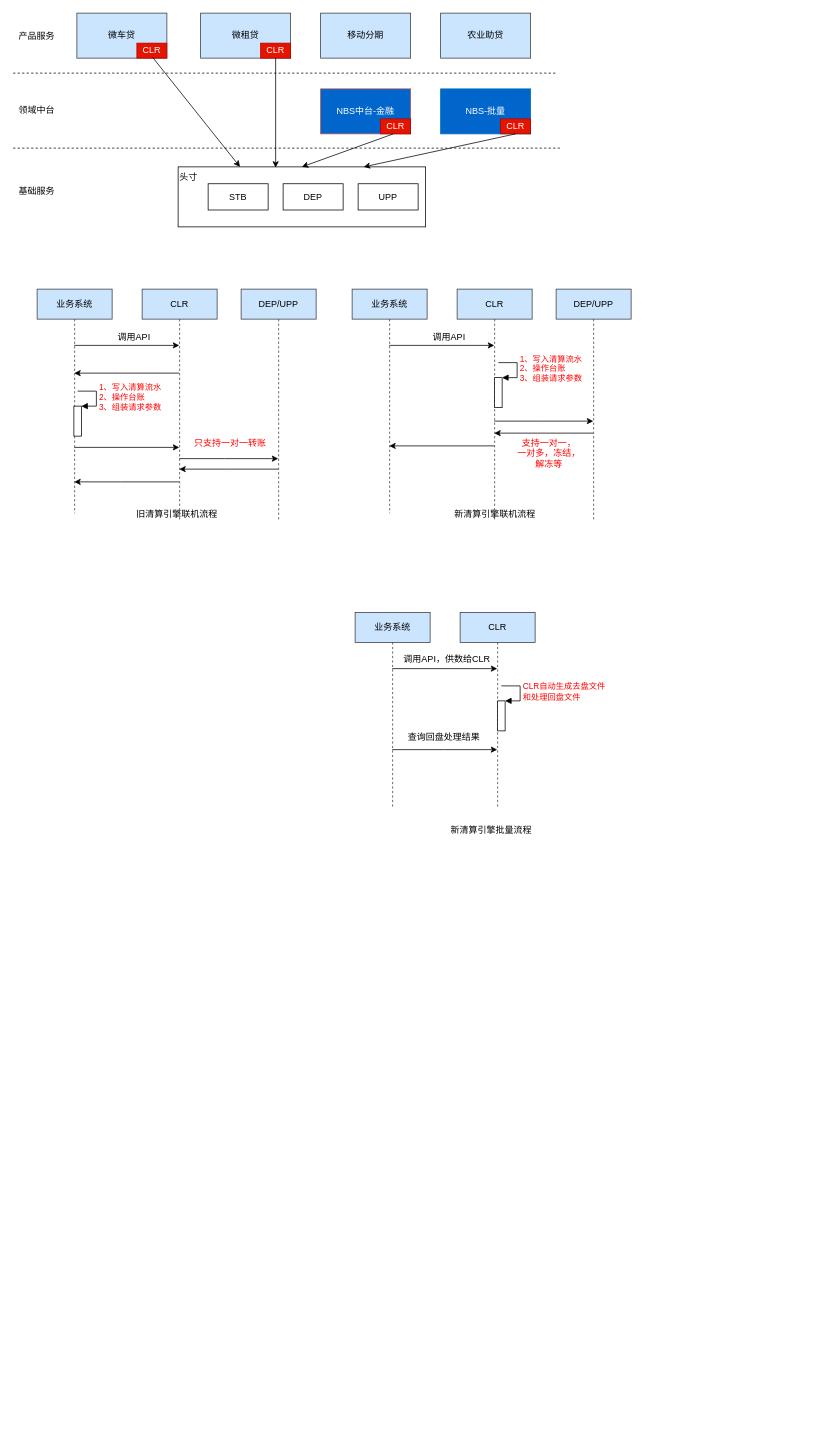
This is 新清算引擎整体定位图.drawio from staconfree/design, a draw.io file, before an edit. Source tidied: cells renumbered, new cells numbered last; positions are measured from the earlier drawing's top-left corner, leaving out a move shared by most shapes. Both pictures are drawn from the tidied source at 75%, with x=0, y=0 at pixel (13, 13).
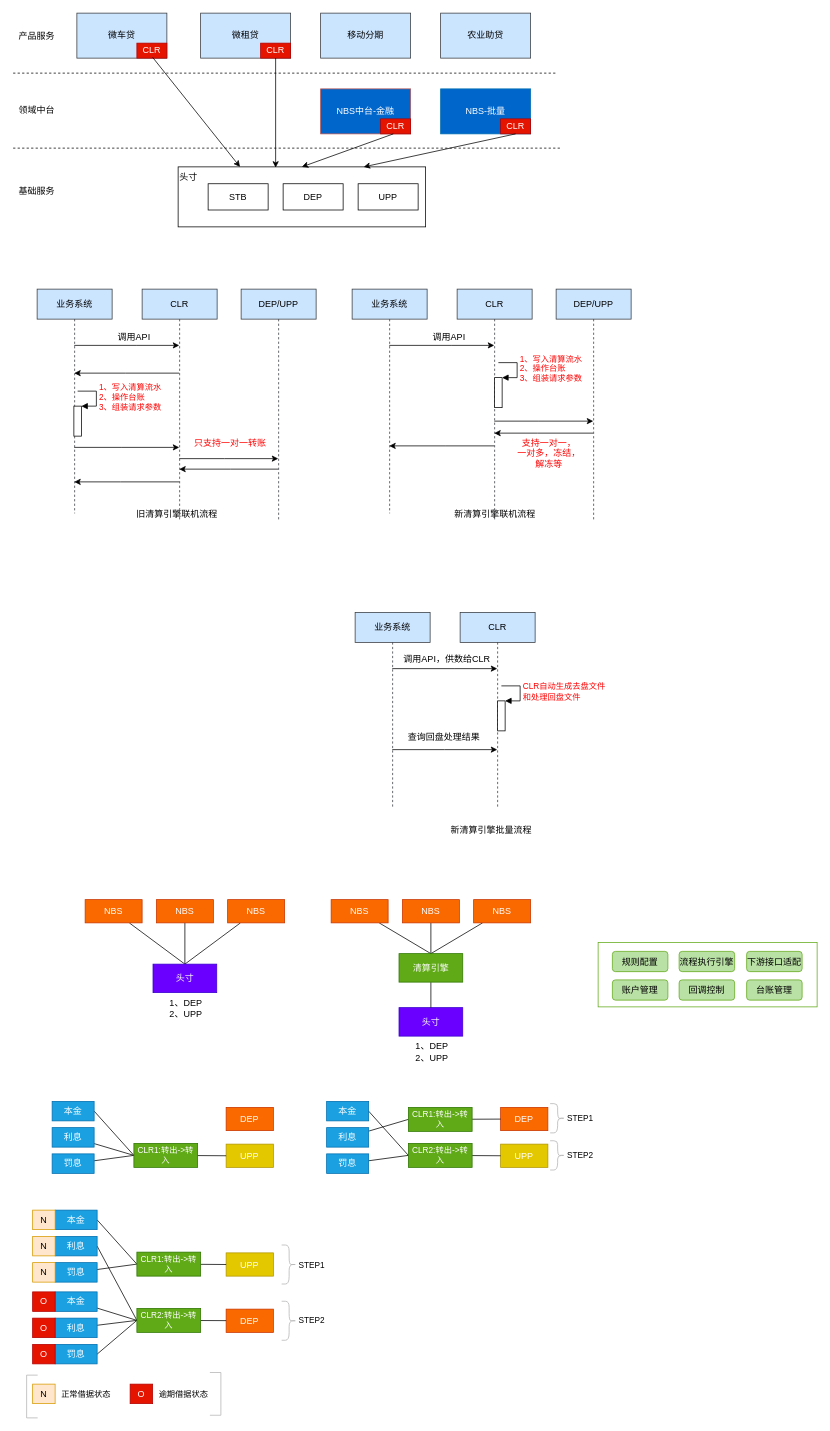
Above is the later version.

Commit message:
更新新清算引擎整体定位图.drawio

The edit, as a diff of the source:
```diff
@@
+    <mxCell id="60" style="rounded=0;jettySize=auto;html=1;entryX=0.5;entryY=0;entryDx=0;entryDy=0;endArrow=none;endFill=0;" parent="1" edge="1" source="61" target="66">
+      <mxGeometry relative="1" as="geometry" />
+    </mxCell>
+    <mxCell id="61" value="NBS" style="rounded=0;whiteSpace=wrap;html=1;fillColor=#fa6800;strokeColor=#C73500;fontColor=#ffffff;" parent="1" vertex="1">
+      <mxGeometry x="96" y="1182" width="76" height="31" as="geometry" />
+    </mxCell>
+    <mxCell id="62" style="edgeStyle=none;rounded=0;jettySize=auto;html=1;entryX=0.5;entryY=0;entryDx=0;entryDy=0;endArrow=none;endFill=0;" parent="1" edge="1" source="63" target="66">
+      <mxGeometry relative="1" as="geometry" />
+    </mxCell>
+    <mxCell id="63" value="NBS" style="rounded=0;whiteSpace=wrap;html=1;fillColor=#fa6800;strokeColor=#C73500;fontColor=#ffffff;" parent="1" vertex="1">
+      <mxGeometry x="191" y="1182" width="76" height="31" as="geometry" />
+    </mxCell>
+    <mxCell id="64" style="edgeStyle=none;rounded=0;jettySize=auto;html=1;entryX=0.5;entryY=0;entryDx=0;entryDy=0;endArrow=none;endFill=0;" parent="1" edge="1" source="65" target="66">
+      <mxGeometry relative="1" as="geometry" />
+    </mxCell>
+    <mxCell id="65" value="NBS" style="rounded=0;whiteSpace=wrap;html=1;fillColor=#fa6800;strokeColor=#C73500;fontColor=#ffffff;" parent="1" vertex="1">
+      <mxGeometry x="286" y="1182" width="76" height="31" as="geometry" />
+    </mxCell>
+    <mxCell id="66" value="头寸" style="rounded=0;whiteSpace=wrap;html=1;align=center;verticalAlign=middle;fillColor=#6a00ff;strokeColor=#3700CC;fontColor=#ffffff;" parent="1" vertex="1">
+      <mxGeometry x="186.5" y="1268" width="85" height="38" as="geometry" />
+    </mxCell>
+    <mxCell id="67" value="1、DEP&lt;br&gt;2、UPP" style="text;html=1;align=center;verticalAlign=middle;" parent="1" vertex="1">
+      <mxGeometry x="203" y="1311" width="54" height="32" as="geometry" />
+    </mxCell>
+    <mxCell id="68" style="edgeStyle=none;rounded=0;jettySize=auto;html=1;endArrow=none;endFill=0;entryX=0.5;entryY=0;entryDx=0;entryDy=0;" parent="1" edge="1" source="69" target="77">
+      <mxGeometry relative="1" as="geometry" />
+    </mxCell>
+    <mxCell id="69" value="NBS" style="rounded=0;whiteSpace=wrap;html=1;fillColor=#fa6800;strokeColor=#C73500;fontColor=#ffffff;" parent="1" vertex="1">
+      <mxGeometry x="424" y="1182" width="76" height="31" as="geometry" />
+    </mxCell>
+    <mxCell id="70" style="edgeStyle=none;rounded=0;jettySize=auto;html=1;entryX=0.5;entryY=0;entryDx=0;entryDy=0;endArrow=none;endFill=0;" parent="1" edge="1" source="71" target="77">
+      <mxGeometry relative="1" as="geometry" />
+    </mxCell>
+    <mxCell id="71" value="NBS" style="rounded=0;whiteSpace=wrap;html=1;fillColor=#fa6800;strokeColor=#C73500;fontColor=#ffffff;" parent="1" vertex="1">
+      <mxGeometry x="519" y="1182" width="76" height="31" as="geometry" />
+    </mxCell>
+    <mxCell id="72" style="edgeStyle=none;rounded=0;jettySize=auto;html=1;entryX=0.5;entryY=0;entryDx=0;entryDy=0;endArrow=none;endFill=0;" parent="1" edge="1" source="73" target="77">
+      <mxGeometry relative="1" as="geometry" />
+    </mxCell>
+    <mxCell id="73" value="NBS" style="rounded=0;whiteSpace=wrap;html=1;fillColor=#fa6800;strokeColor=#C73500;fontColor=#ffffff;" parent="1" vertex="1">
+      <mxGeometry x="614" y="1182" width="76" height="31" as="geometry" />
+    </mxCell>
+    <mxCell id="74" value="头寸" style="rounded=0;whiteSpace=wrap;html=1;align=center;verticalAlign=middle;fillColor=#6a00ff;strokeColor=#3700CC;fontColor=#ffffff;" parent="1" vertex="1">
+      <mxGeometry x="514.5" y="1326" width="85" height="38" as="geometry" />
+    </mxCell>
+    <mxCell id="75" value="1、DEP&lt;br&gt;2、UPP" style="text;html=1;align=center;verticalAlign=middle;" parent="1" vertex="1">
+      <mxGeometry x="531" y="1369" width="54" height="32" as="geometry" />
+    </mxCell>
+    <mxCell id="76" style="edgeStyle=none;rounded=0;jettySize=auto;html=1;entryX=0.5;entryY=0;entryDx=0;entryDy=0;endArrow=none;endFill=0;" parent="1" edge="1" source="77" target="74">
+      <mxGeometry relative="1" as="geometry" />
+    </mxCell>
+    <mxCell id="77" value="清算引擎" style="rounded=0;whiteSpace=wrap;html=1;align=center;verticalAlign=middle;fillColor=#60a917;strokeColor=#2D7600;fontColor=#ffffff;" parent="1" vertex="1">
+      <mxGeometry x="514.5" y="1254" width="85" height="38" as="geometry" />
+    </mxCell>
+    <mxCell id="78" style="edgeStyle=none;rounded=0;jettySize=auto;html=1;entryX=0;entryY=0.5;entryDx=0;entryDy=0;endArrow=none;endFill=0;fontSize=11;fontColor=#FFFFFF;exitX=1;exitY=0.5;exitDx=0;exitDy=0;" parent="1" edge="1" source="79" target="94">
+      <mxGeometry relative="1" as="geometry" />
+    </mxCell>
+    <mxCell id="79" value="本金" style="rounded=0;whiteSpace=wrap;html=1;align=center;fillColor=#1ba1e2;strokeColor=#006EAF;fontColor=#ffffff;" parent="1" vertex="1">
+      <mxGeometry x="52" y="1451" width="56" height="26" as="geometry" />
+    </mxCell>
+    <mxCell id="80" style="edgeStyle=none;rounded=0;jettySize=auto;html=1;entryX=0;entryY=0.5;entryDx=0;entryDy=0;endArrow=none;endFill=0;fontSize=11;fontColor=#FFFFFF;" parent="1" edge="1" source="81" target="94">
+      <mxGeometry relative="1" as="geometry" />
+    </mxCell>
+    <mxCell id="81" value="&lt;div&gt;利息&lt;br&gt;&lt;/div&gt;" style="rounded=0;whiteSpace=wrap;html=1;align=center;fillColor=#1ba1e2;strokeColor=#006EAF;fontColor=#ffffff;" parent="1" vertex="1">
+      <mxGeometry x="52" y="1486" width="56" height="26" as="geometry" />
+    </mxCell>
+    <mxCell id="82" style="edgeStyle=none;rounded=0;jettySize=auto;html=1;entryX=0;entryY=0.5;entryDx=0;entryDy=0;endArrow=none;endFill=0;fontSize=11;fontColor=#FFFFFF;" parent="1" edge="1" source="83" target="94">
+      <mxGeometry relative="1" as="geometry" />
+    </mxCell>
+    <mxCell id="83" value="罚息" style="rounded=0;whiteSpace=wrap;html=1;align=center;fillColor=#1ba1e2;strokeColor=#006EAF;fontColor=#ffffff;" parent="1" vertex="1">
+      <mxGeometry x="52" y="1521" width="56" height="26" as="geometry" />
+    </mxCell>
+    <mxCell id="84" style="rounded=0;whiteSpace=wrap;html=1;align=center;strokeColor=#60A917;" parent="1" vertex="1">
+      <mxGeometry x="780" y="1239" width="292" height="86" as="geometry" />
+    </mxCell>
+    <mxCell id="85" value="流程执行引擎" style="rounded=1;whiteSpace=wrap;html=1;strokeColor=#60A917;align=center;fillColor=#B9E0A5;" parent="1" vertex="1">
+      <mxGeometry x="888" y="1251" width="74" height="27" as="geometry" />
+    </mxCell>
+    <mxCell id="86" value="下游接口适配" style="rounded=1;whiteSpace=wrap;html=1;strokeColor=#60A917;align=center;fillColor=#B9E0A5;" parent="1" vertex="1">
+      <mxGeometry x="978" y="1251" width="74" height="27" as="geometry" />
+    </mxCell>
+    <mxCell id="87" value="回调控制" style="rounded=1;whiteSpace=wrap;html=1;strokeColor=#60A917;align=center;fillColor=#B9E0A5;" parent="1" vertex="1">
+      <mxGeometry x="888" y="1289" width="74" height="27" as="geometry" />
+    </mxCell>
+    <mxCell id="88" value="台账管理" style="rounded=1;whiteSpace=wrap;html=1;strokeColor=#60A917;align=center;fillColor=#B9E0A5;" parent="1" vertex="1">
+      <mxGeometry x="978" y="1289" width="74" height="27" as="geometry" />
+    </mxCell>
+    <mxCell id="89" value="规则配置" style="rounded=1;whiteSpace=wrap;html=1;strokeColor=#60A917;align=center;fillColor=#B9E0A5;" parent="1" vertex="1">
+      <mxGeometry x="799" y="1251" width="74" height="27" as="geometry" />
+    </mxCell>
+    <mxCell id="90" value="账户管理" style="rounded=1;whiteSpace=wrap;html=1;strokeColor=#60A917;align=center;fillColor=#B9E0A5;" parent="1" vertex="1">
+      <mxGeometry x="799" y="1289" width="74" height="27" as="geometry" />
+    </mxCell>
+    <mxCell id="91" value="DEP" style="rounded=0;whiteSpace=wrap;html=1;strokeColor=#C73500;fillColor=#fa6800;align=center;fontColor=#ffffff;" parent="1" vertex="1">
+      <mxGeometry x="284" y="1459" width="63" height="31" as="geometry" />
+    </mxCell>
+    <mxCell id="92" value="UPP" style="rounded=0;whiteSpace=wrap;html=1;strokeColor=#B09500;fillColor=#e3c800;align=center;fontColor=#ffffff;" parent="1" vertex="1">
+      <mxGeometry x="284" y="1508" width="63" height="31" as="geometry" />
+    </mxCell>
+    <mxCell id="93" style="edgeStyle=none;rounded=0;jettySize=auto;html=1;entryX=0;entryY=0.5;entryDx=0;entryDy=0;endArrow=none;endFill=0;fontSize=11;fontColor=#FFFFFF;" parent="1" edge="1" source="94" target="92">
+      <mxGeometry relative="1" as="geometry" />
+    </mxCell>
+    <mxCell id="94" value="CLR1:转出-&amp;gt;转入" style="rounded=0;whiteSpace=wrap;html=1;strokeColor=#2D7600;fillColor=#60a917;align=center;fontSize=11;fontColor=#ffffff;" parent="1" vertex="1">
+      <mxGeometry x="161" y="1507" width="85" height="32" as="geometry" />
+    </mxCell>
+    <mxCell id="95" style="edgeStyle=none;rounded=0;jettySize=auto;html=1;entryX=0;entryY=0.5;entryDx=0;entryDy=0;endArrow=none;endFill=0;fontSize=11;fontColor=#FFFFFF;exitX=1;exitY=0.5;exitDx=0;exitDy=0;" parent="1" edge="1" source="96" target="104">
+      <mxGeometry relative="1" as="geometry" />
+    </mxCell>
+    <mxCell id="96" value="本金" style="rounded=0;whiteSpace=wrap;html=1;align=center;fillColor=#1ba1e2;strokeColor=#006EAF;fontColor=#ffffff;" parent="1" vertex="1">
+      <mxGeometry x="418" y="1451" width="56" height="26" as="geometry" />
+    </mxCell>
+    <mxCell id="97" style="edgeStyle=none;rounded=0;jettySize=auto;html=1;entryX=0;entryY=0.5;entryDx=0;entryDy=0;endArrow=none;endFill=0;fontSize=11;fontColor=#FFFFFF;" parent="1" edge="1" source="98" target="106">
+      <mxGeometry relative="1" as="geometry" />
+    </mxCell>
+    <mxCell id="98" value="&lt;div&gt;利息&lt;br&gt;&lt;/div&gt;" style="rounded=0;whiteSpace=wrap;html=1;align=center;fillColor=#1ba1e2;strokeColor=#006EAF;fontColor=#ffffff;" parent="1" vertex="1">
+      <mxGeometry x="418" y="1486" width="56" height="26" as="geometry" />
+    </mxCell>
+    <mxCell id="99" style="edgeStyle=none;rounded=0;jettySize=auto;html=1;entryX=0;entryY=0.5;entryDx=0;entryDy=0;endArrow=none;endFill=0;fontSize=11;fontColor=#FFFFFF;" parent="1" edge="1" source="100" target="104">
+      <mxGeometry relative="1" as="geometry" />
+    </mxCell>
+    <mxCell id="100" value="罚息" style="rounded=0;whiteSpace=wrap;html=1;align=center;fillColor=#1ba1e2;strokeColor=#006EAF;fontColor=#ffffff;" parent="1" vertex="1">
+      <mxGeometry x="418" y="1521" width="56" height="26" as="geometry" />
+    </mxCell>
+    <mxCell id="101" value="DEP" style="rounded=0;whiteSpace=wrap;html=1;strokeColor=#C73500;fillColor=#fa6800;align=center;fontColor=#ffffff;" parent="1" vertex="1">
+      <mxGeometry x="650" y="1459" width="63" height="31" as="geometry" />
+    </mxCell>
+    <mxCell id="102" value="UPP" style="rounded=0;whiteSpace=wrap;html=1;strokeColor=#B09500;fillColor=#e3c800;align=center;fontColor=#ffffff;" parent="1" vertex="1">
+      <mxGeometry x="650" y="1508" width="63" height="31" as="geometry" />
+    </mxCell>
+    <mxCell id="103" style="edgeStyle=none;rounded=0;jettySize=auto;html=1;entryX=0;entryY=0.5;entryDx=0;entryDy=0;endArrow=none;endFill=0;fontSize=11;fontColor=#FFFFFF;" parent="1" edge="1" source="104" target="102">
+      <mxGeometry relative="1" as="geometry" />
+    </mxCell>
+    <mxCell id="104" value="CLR2:转出-&amp;gt;转入" style="rounded=0;whiteSpace=wrap;html=1;strokeColor=#2D7600;fillColor=#60a917;align=center;fontSize=11;fontColor=#ffffff;" parent="1" vertex="1">
+      <mxGeometry x="527" y="1507" width="85" height="32" as="geometry" />
+    </mxCell>
+    <mxCell id="105" style="edgeStyle=none;rounded=0;jettySize=auto;html=1;endArrow=none;endFill=0;fontSize=11;fontColor=#FFFFFF;" parent="1" edge="1" source="106" target="101">
+      <mxGeometry relative="1" as="geometry" />
+    </mxCell>
+    <mxCell id="106" value="CLR1:转出-&amp;gt;转入" style="rounded=0;whiteSpace=wrap;html=1;strokeColor=#2D7600;fillColor=#60a917;align=center;fontSize=11;fontColor=#ffffff;" parent="1" vertex="1">
+      <mxGeometry x="527" y="1459" width="85" height="32" as="geometry" />
+    </mxCell>
+    <mxCell id="107" style="edgeStyle=none;rounded=0;jettySize=auto;html=1;entryX=0;entryY=0.5;entryDx=0;entryDy=0;endArrow=none;endFill=0;fontSize=11;fontColor=#FFFFFF;exitX=1;exitY=0.5;exitDx=0;exitDy=0;" parent="1" edge="1" source="108" target="116">
+      <mxGeometry relative="1" as="geometry" />
+    </mxCell>
+    <mxCell id="108" value="本金" style="rounded=0;whiteSpace=wrap;html=1;align=center;fillColor=#1ba1e2;strokeColor=#006EAF;fontColor=#ffffff;" parent="1" vertex="1">
+      <mxGeometry x="56" y="1596" width="56" height="26" as="geometry" />
+    </mxCell>
+    <mxCell id="109" style="edgeStyle=none;rounded=0;jettySize=auto;html=1;entryX=0;entryY=0.5;entryDx=0;entryDy=0;endArrow=none;endFill=0;fontSize=11;fontColor=#FFFFFF;exitX=1;exitY=0.5;exitDx=0;exitDy=0;" parent="1" edge="1" source="110" target="130">
+      <mxGeometry relative="1" as="geometry" />
+    </mxCell>
+    <mxCell id="110" value="&lt;div&gt;利息&lt;br&gt;&lt;/div&gt;" style="rounded=0;whiteSpace=wrap;html=1;align=center;fillColor=#1ba1e2;strokeColor=#006EAF;fontColor=#ffffff;" parent="1" vertex="1">
+      <mxGeometry x="56" y="1631" width="56" height="26" as="geometry" />
+    </mxCell>
+    <mxCell id="111" style="edgeStyle=none;rounded=0;jettySize=auto;html=1;entryX=0;entryY=0.5;entryDx=0;entryDy=0;endArrow=none;endFill=0;fontSize=11;fontColor=#FFFFFF;" parent="1" edge="1" source="112" target="116">
+      <mxGeometry relative="1" as="geometry" />
+    </mxCell>
+    <mxCell id="112" value="罚息" style="rounded=0;whiteSpace=wrap;html=1;align=center;fillColor=#1ba1e2;strokeColor=#006EAF;fontColor=#ffffff;" parent="1" vertex="1">
+      <mxGeometry x="56" y="1666" width="56" height="26" as="geometry" />
+    </mxCell>
+    <mxCell id="113" value="DEP" style="rounded=0;whiteSpace=wrap;html=1;strokeColor=#C73500;fillColor=#fa6800;align=center;fontColor=#ffffff;" parent="1" vertex="1">
+      <mxGeometry x="284" y="1728" width="63" height="31" as="geometry" />
+    </mxCell>
+    <mxCell id="114" value="UPP" style="rounded=0;whiteSpace=wrap;html=1;strokeColor=#B09500;fillColor=#e3c800;align=center;fontColor=#ffffff;" parent="1" vertex="1">
+      <mxGeometry x="284" y="1653" width="63" height="31" as="geometry" />
+    </mxCell>
+    <mxCell id="115" style="edgeStyle=none;rounded=0;jettySize=auto;html=1;entryX=0;entryY=0.5;entryDx=0;entryDy=0;endArrow=none;endFill=0;fontSize=11;fontColor=#FFFFFF;" parent="1" edge="1" source="116" target="114">
+      <mxGeometry relative="1" as="geometry" />
+    </mxCell>
+    <mxCell id="116" value="CLR1:转出-&amp;gt;转入" style="rounded=0;whiteSpace=wrap;html=1;strokeColor=#2D7600;fillColor=#60a917;align=center;fontSize=11;fontColor=#ffffff;" parent="1" vertex="1">
+      <mxGeometry x="165" y="1652" width="85" height="32" as="geometry" />
+    </mxCell>
+    <mxCell id="117" value="N" style="rounded=0;whiteSpace=wrap;html=1;align=center;fillColor=#ffe6cc;strokeColor=#d79b00;" parent="1" vertex="1">
+      <mxGeometry x="26" y="1596" width="30" height="26" as="geometry" />
+    </mxCell>
+    <mxCell id="118" value="N" style="rounded=0;whiteSpace=wrap;html=1;align=center;fillColor=#ffe6cc;strokeColor=#d79b00;" parent="1" vertex="1">
+      <mxGeometry x="26" y="1631" width="30" height="26" as="geometry" />
+    </mxCell>
+    <mxCell id="119" value="N" style="rounded=0;whiteSpace=wrap;html=1;align=center;fillColor=#ffe6cc;strokeColor=#d79b00;" parent="1" vertex="1">
+      <mxGeometry x="26" y="1666" width="30" height="26" as="geometry" />
+    </mxCell>
+    <mxCell id="120" style="edgeStyle=none;rounded=0;jettySize=auto;html=1;entryX=0;entryY=0.5;entryDx=0;entryDy=0;endArrow=none;endFill=0;fontSize=11;fontColor=#FFFFFF;" parent="1" edge="1" source="121" target="130">
+      <mxGeometry relative="1" as="geometry" />
+    </mxCell>
+    <mxCell id="121" value="本金" style="rounded=0;whiteSpace=wrap;html=1;align=center;fillColor=#1ba1e2;strokeColor=#006EAF;fontColor=#ffffff;" parent="1" vertex="1">
+      <mxGeometry x="56" y="1705" width="56" height="26" as="geometry" />
+    </mxCell>
+    <mxCell id="122" style="edgeStyle=none;rounded=0;jettySize=auto;html=1;entryX=0;entryY=0.5;entryDx=0;entryDy=0;endArrow=none;endFill=0;fontSize=11;fontColor=#FFFFFF;" parent="1" edge="1" source="123" target="130">
+      <mxGeometry relative="1" as="geometry" />
+    </mxCell>
+    <mxCell id="123" value="&lt;div&gt;利息&lt;br&gt;&lt;/div&gt;" style="rounded=0;whiteSpace=wrap;html=1;align=center;fillColor=#1ba1e2;strokeColor=#006EAF;fontColor=#ffffff;" parent="1" vertex="1">
+      <mxGeometry x="56" y="1740" width="56" height="26" as="geometry" />
+    </mxCell>
+    <mxCell id="124" style="edgeStyle=none;rounded=0;jettySize=auto;html=1;entryX=0;entryY=0.5;entryDx=0;entryDy=0;endArrow=none;endFill=0;fontSize=11;fontColor=#FFFFFF;exitX=1;exitY=0.5;exitDx=0;exitDy=0;" parent="1" edge="1" source="125" target="130">
+      <mxGeometry relative="1" as="geometry" />
+    </mxCell>
+    <mxCell id="125" value="罚息" style="rounded=0;whiteSpace=wrap;html=1;align=center;fillColor=#1ba1e2;strokeColor=#006EAF;fontColor=#ffffff;" parent="1" vertex="1">
+      <mxGeometry x="56" y="1775" width="56" height="26" as="geometry" />
+    </mxCell>
+    <mxCell id="126" value="O" style="rounded=0;whiteSpace=wrap;html=1;align=center;fillColor=#e51400;strokeColor=#B20000;fontColor=#ffffff;" parent="1" vertex="1">
+      <mxGeometry x="26" y="1705" width="30" height="26" as="geometry" />
+    </mxCell>
+    <mxCell id="127" value="O" style="rounded=0;whiteSpace=wrap;html=1;align=center;fillColor=#e51400;strokeColor=#B20000;fontColor=#ffffff;" parent="1" vertex="1">
+      <mxGeometry x="26" y="1740" width="30" height="26" as="geometry" />
+    </mxCell>
+    <mxCell id="128" value="O" style="rounded=0;whiteSpace=wrap;html=1;align=center;fillColor=#e51400;strokeColor=#B20000;fontColor=#ffffff;" parent="1" vertex="1">
+      <mxGeometry x="26" y="1775" width="30" height="26" as="geometry" />
+    </mxCell>
+    <mxCell id="129" style="edgeStyle=none;rounded=0;jettySize=auto;html=1;endArrow=none;endFill=0;fontSize=11;fontColor=#FFFFFF;" parent="1" edge="1" source="130" target="113">
+      <mxGeometry relative="1" as="geometry" />
+    </mxCell>
+    <mxCell id="130" value="CLR2:转出-&amp;gt;转入" style="rounded=0;whiteSpace=wrap;html=1;strokeColor=#2D7600;fillColor=#60a917;align=center;fontSize=11;fontColor=#ffffff;" parent="1" vertex="1">
+      <mxGeometry x="165" y="1727" width="85" height="32" as="geometry" />
+    </mxCell>
+    <mxCell id="131" value="N" style="rounded=0;whiteSpace=wrap;html=1;align=center;fillColor=#ffe6cc;strokeColor=#d79b00;" parent="1" vertex="1">
+      <mxGeometry x="26" y="1828" width="30" height="26" as="geometry" />
+    </mxCell>
+    <mxCell id="132" value="正常借据状态" style="text;html=1;align=center;verticalAlign=middle;fontSize=11;fontColor=#000000;" parent="1" vertex="1">
+      <mxGeometry x="59" y="1832.5" width="76" height="17" as="geometry" />
+    </mxCell>
+    <mxCell id="133" value="O" style="rounded=0;whiteSpace=wrap;html=1;align=center;fillColor=#e51400;strokeColor=#B20000;fontColor=#ffffff;" parent="1" vertex="1">
+      <mxGeometry x="156" y="1828" width="30" height="26" as="geometry" />
+    </mxCell>
+    <mxCell id="134" value="逾期借据状态" style="text;html=1;align=center;verticalAlign=middle;fontSize=11;fontColor=#000000;" parent="1" vertex="1">
+      <mxGeometry x="189" y="1832.5" width="76" height="17" as="geometry" />
+    </mxCell>
+    <mxCell id="135" style="shape=partialRectangle;whiteSpace=wrap;html=1;bottom=1;right=1;left=1;top=0;fillColor=none;routingCenterX=-0.5;strokeColor=#B3B3B3;fontSize=11;fontColor=#000000;align=center;direction=south;" parent="1" vertex="1">
+      <mxGeometry x="18" y="1816" width="14" height="57" as="geometry" />
+    </mxCell>
+    <mxCell id="136" style="shape=partialRectangle;whiteSpace=wrap;html=1;bottom=1;right=1;left=1;top=0;fillColor=none;routingCenterX=-0.5;strokeColor=#B3B3B3;fontSize=11;fontColor=#000000;align=center;direction=north;" parent="1" vertex="1">
+      <mxGeometry x="263" y="1812.5" width="14" height="57" as="geometry" />
+    </mxCell>
+    <mxCell id="137" style="shape=curlyBracket;whiteSpace=wrap;html=1;rounded=1;strokeColor=#B3B3B3;fillColor=#B9E0A5;fontSize=11;fontColor=#000000;align=center;direction=west;" parent="1" vertex="1">
+      <mxGeometry x="358" y="1642.5" width="20" height="52" as="geometry" />
+    </mxCell>
+    <mxCell id="138" style="shape=curlyBracket;whiteSpace=wrap;html=1;rounded=1;strokeColor=#B3B3B3;fillColor=#B9E0A5;fontSize=11;fontColor=#000000;align=center;direction=west;" parent="1" vertex="1">
+      <mxGeometry x="358" y="1717.5" width="20" height="52" as="geometry" />
+    </mxCell>
+    <mxCell id="139" value="STEP1" style="text;html=1;align=center;verticalAlign=middle;fontSize=11;fontColor=#000000;" parent="1" vertex="1">
+      <mxGeometry x="377" y="1660" width="41" height="17" as="geometry" />
+    </mxCell>
+    <mxCell id="140" value="STEP2" style="text;html=1;align=center;verticalAlign=middle;fontSize=11;fontColor=#000000;" parent="1" vertex="1">
+      <mxGeometry x="377" y="1734.5" width="41" height="17" as="geometry" />
+    </mxCell>
+    <mxCell id="141" style="shape=curlyBracket;whiteSpace=wrap;html=1;rounded=1;strokeColor=#B3B3B3;fillColor=#B9E0A5;fontSize=11;fontColor=#000000;align=center;direction=west;" parent="1" vertex="1">
+      <mxGeometry x="716" y="1454" width="20" height="39" as="geometry" />
+    </mxCell>
+    <mxCell id="142" value="STEP1" style="text;html=1;align=center;verticalAlign=middle;fontSize=11;fontColor=#000000;" parent="1" vertex="1">
+      <mxGeometry x="735" y="1465" width="41" height="17" as="geometry" />
+    </mxCell>
+    <mxCell id="143" style="shape=curlyBracket;whiteSpace=wrap;html=1;rounded=1;strokeColor=#B3B3B3;fillColor=#B9E0A5;fontSize=11;fontColor=#000000;align=center;direction=west;" parent="1" vertex="1">
+      <mxGeometry x="716" y="1503.5" width="20" height="39" as="geometry" />
+    </mxCell>
+    <mxCell id="144" value="STEP2" style="text;html=1;align=center;verticalAlign=middle;fontSize=11;fontColor=#000000;" parent="1" vertex="1">
+      <mxGeometry x="735" y="1514.5" width="41" height="17" as="geometry" />
+    </mxCell>
```
